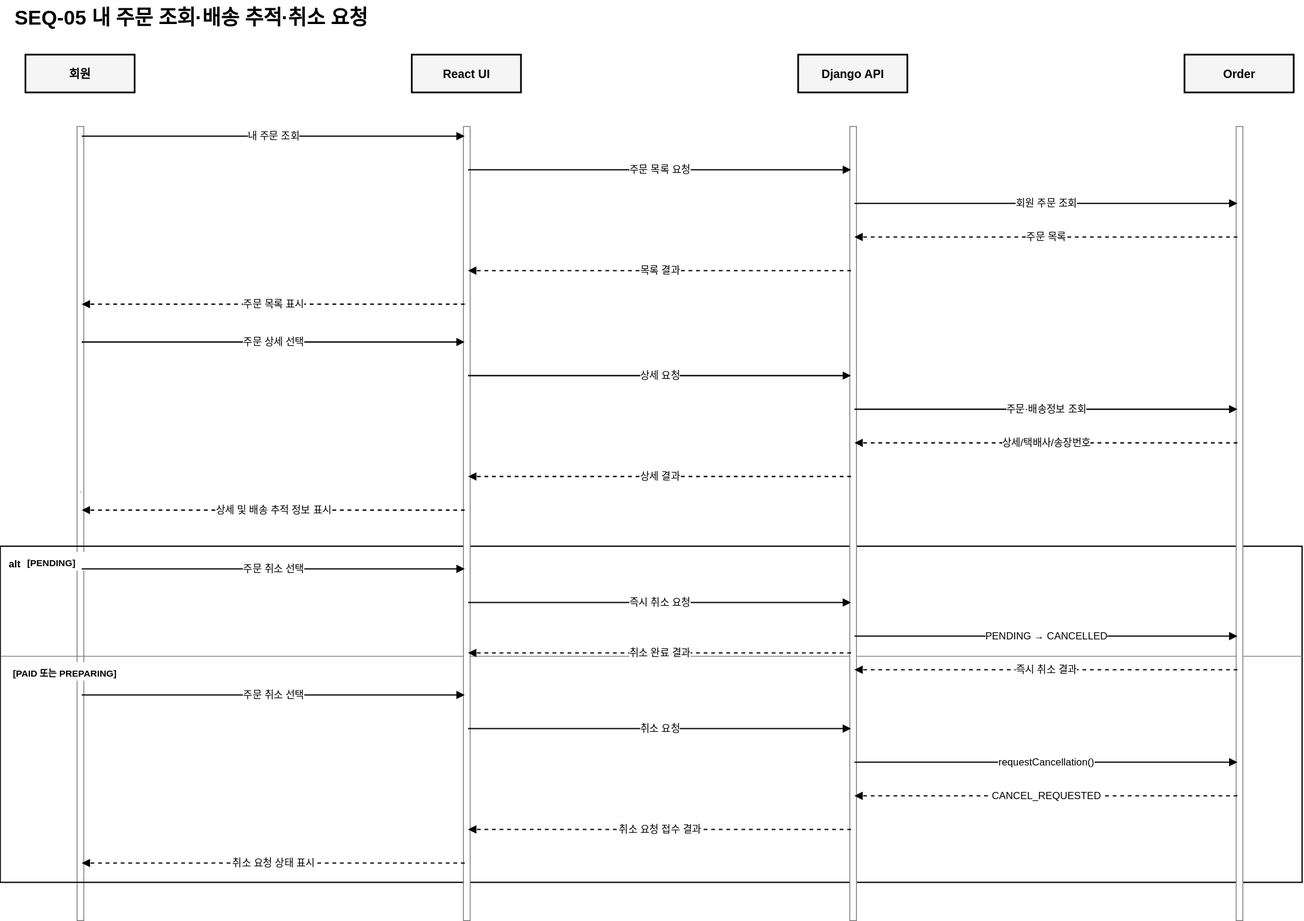
Before: docs/frontend/sequence-diagrams/sequence-diagram-seq-05.drawio.svg, a diagram exported from draw.io (seren-wib/coffee-shop). Source tidied: cells renumbered, new cells last; positions are measured from the earlier drawing's top-left corner, leaving out a move shared by most shapes.
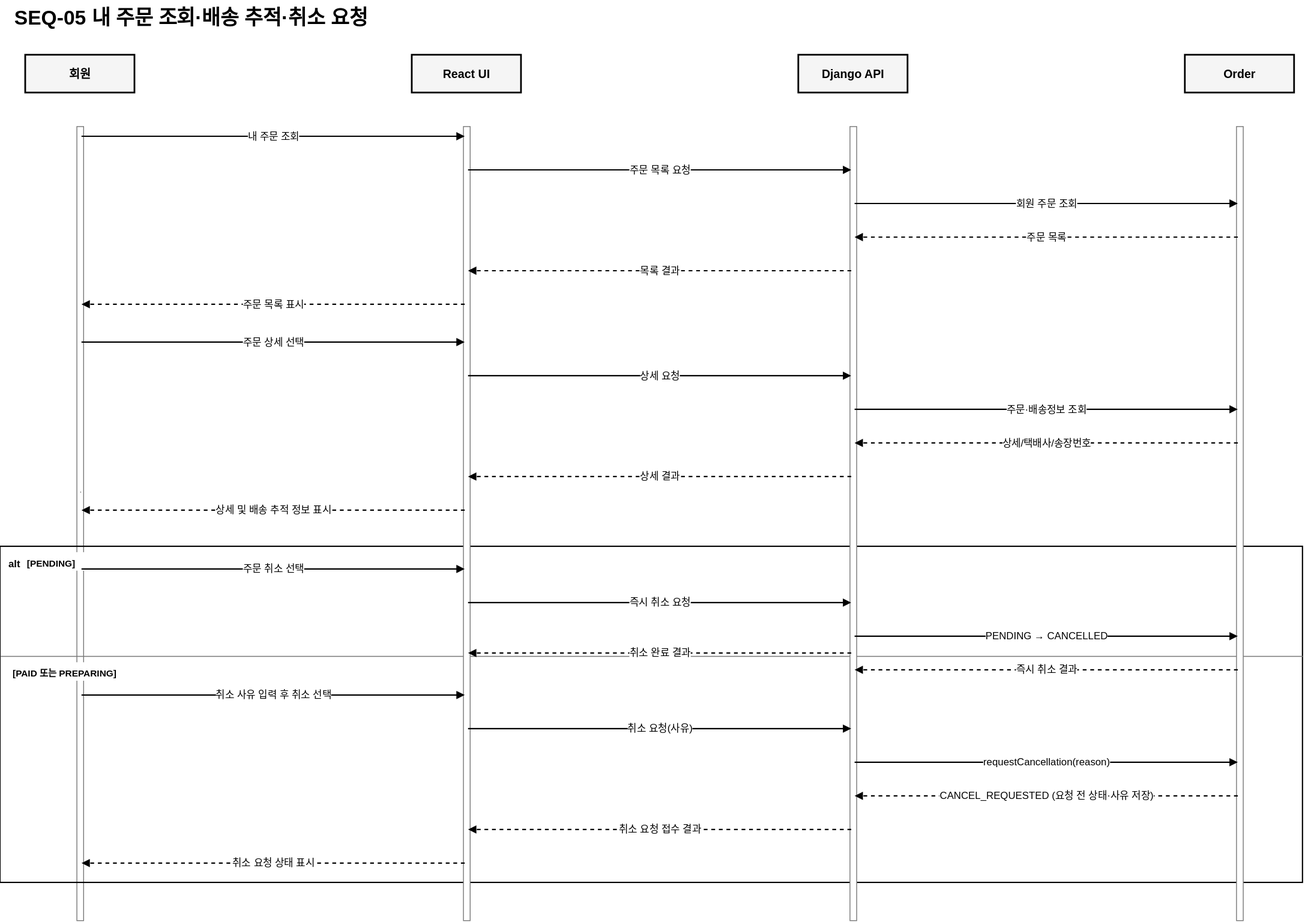
After the change.

Diff of the diagram source:
```diff
@@ -212,7 +212,7 @@
     <mxCell id="71" style="ellipse;html=1;fillOpacity=0;strokeOpacity=0;" parent="1" vertex="1">
       <mxGeometry x="553" y="825" width="4" height="4" as="geometry" />
     </mxCell>
-    <mxCell id="72" value="주문 취소 선택" style="edgeStyle=none;html=1;endArrow=block;endFill=1;strokeWidth=1.5;fontSize=12;labelBackgroundColor=#ffffff;" parent="1" edge="1" source="70" target="71">
+    <mxCell id="72" value="취소 사유 입력 후 취소 선택" style="edgeStyle=none;html=1;endArrow=block;endFill=1;strokeWidth=1.5;fontSize=12;labelBackgroundColor=#ffffff;" parent="1" edge="1" source="70" target="71">
       <mxGeometry relative="1" as="geometry" />
     </mxCell>
     <mxCell id="73" style="ellipse;html=1;fillOpacity=0;strokeOpacity=0;" parent="1" vertex="1">
@@ -221,7 +221,7 @@
     <mxCell id="74" style="ellipse;html=1;fillOpacity=0;strokeOpacity=0;" parent="1" vertex="1">
       <mxGeometry x="1013" y="865" width="4" height="4" as="geometry" />
     </mxCell>
-    <mxCell id="75" value="취소 요청" style="edgeStyle=none;html=1;endArrow=block;endFill=1;strokeWidth=1.5;fontSize=12;labelBackgroundColor=#ffffff;" parent="1" edge="1" source="73" target="74">
+    <mxCell id="75" value="취소 요청(사유)" style="edgeStyle=none;html=1;endArrow=block;endFill=1;strokeWidth=1.5;fontSize=12;labelBackgroundColor=#ffffff;" parent="1" edge="1" source="73" target="74">
       <mxGeometry relative="1" as="geometry" />
     </mxCell>
     <mxCell id="76" style="ellipse;html=1;fillOpacity=0;strokeOpacity=0;" parent="1" vertex="1">
@@ -230,7 +230,7 @@
     <mxCell id="77" style="ellipse;html=1;fillOpacity=0;strokeOpacity=0;" parent="1" vertex="1">
       <mxGeometry x="1473" y="905" width="4" height="4" as="geometry" />
     </mxCell>
-    <mxCell id="78" value="requestCancellation()" style="edgeStyle=none;html=1;endArrow=block;endFill=1;strokeWidth=1.5;fontSize=12;labelBackgroundColor=#ffffff;" parent="1" edge="1" source="76" target="77">
+    <mxCell id="78" value="requestCancellation(reason)" style="edgeStyle=none;html=1;endArrow=block;endFill=1;strokeWidth=1.5;fontSize=12;labelBackgroundColor=#ffffff;" parent="1" edge="1" source="76" target="77">
       <mxGeometry relative="1" as="geometry" />
     </mxCell>
     <mxCell id="79" style="ellipse;html=1;fillOpacity=0;strokeOpacity=0;" parent="1" vertex="1">
@@ -239,7 +239,7 @@
     <mxCell id="80" style="ellipse;html=1;fillOpacity=0;strokeOpacity=0;" parent="1" vertex="1">
       <mxGeometry x="1013" y="945" width="4" height="4" as="geometry" />
     </mxCell>
-    <mxCell id="81" value="CANCEL_REQUESTED" style="edgeStyle=none;html=1;endArrow=block;endFill=1;strokeWidth=1.5;fontSize=12;labelBackgroundColor=#ffffff;dashed=1;" parent="1" edge="1" source="79" target="80">
+    <mxCell id="81" value="CANCEL_REQUESTED (요청 전 상태·사유 저장)" style="edgeStyle=none;html=1;endArrow=block;endFill=1;strokeWidth=1.5;fontSize=12;labelBackgroundColor=#ffffff;dashed=1;" parent="1" edge="1" source="79" target="80">
       <mxGeometry relative="1" as="geometry" />
     </mxCell>
     <mxCell id="82" style="ellipse;html=1;fillOpacity=0;strokeOpacity=0;" parent="1" vertex="1">
```
